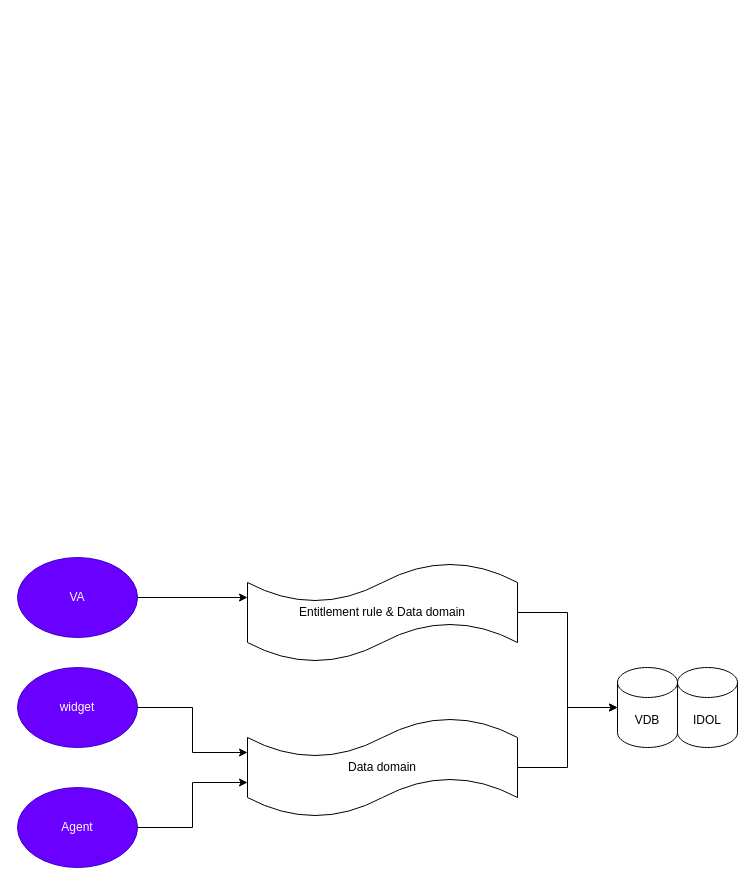
Before: LLM/translate.drawio in Ice-YcY/Diagram, a draw.io diagram. Source tidied: cells renumbered, new cells numbered last; positions are measured from the earlier drawing's top-left corner, leaving out a move shared by most shapes. Both pictures are drawn from the tidied source at 100%, with x=0, y=0 at pixel (17, 557).
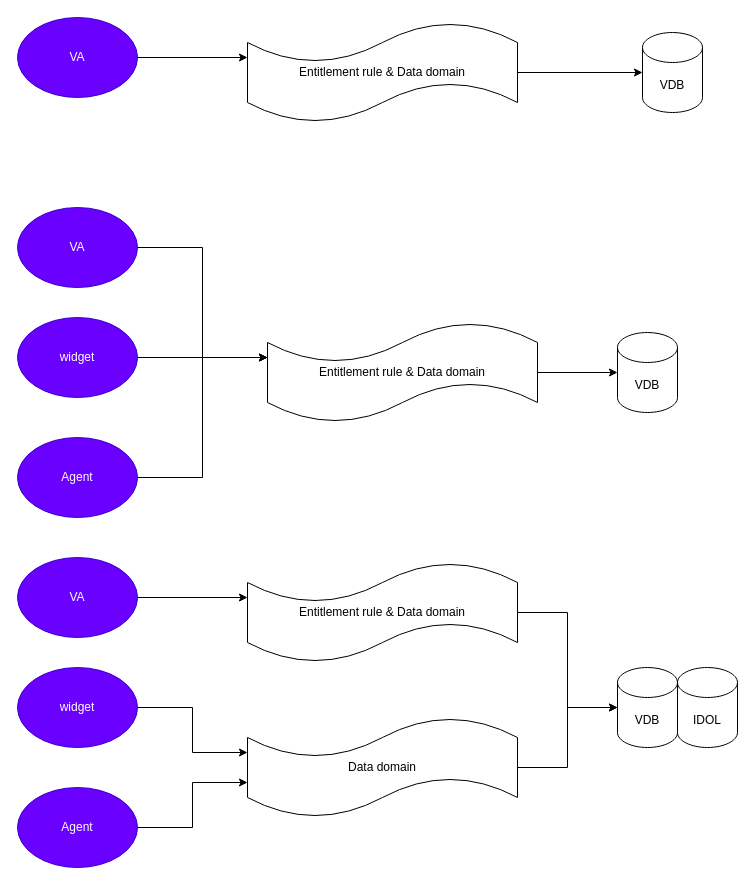
Above is the later version.

What changed in the source:
```diff
@@
+    <mxCell id="14" value="VA" style="ellipse;whiteSpace=wrap;html=1;fillColor=#6a00ff;fontColor=#ffffff;strokeColor=#3700CC;" parent="1" vertex="1">
+      <mxGeometry y="-350" width="120" height="80" as="geometry" />
+    </mxCell>
+    <mxCell id="15" value="widget" style="ellipse;whiteSpace=wrap;html=1;fillColor=#6a00ff;fontColor=#ffffff;strokeColor=#3700CC;" parent="1" vertex="1">
+      <mxGeometry y="-240" width="120" height="80" as="geometry" />
+    </mxCell>
+    <mxCell id="16" value="Agent" style="ellipse;whiteSpace=wrap;html=1;fillColor=#6a00ff;fontColor=#ffffff;strokeColor=#3700CC;" parent="1" vertex="1">
+      <mxGeometry y="-120" width="120" height="80" as="geometry" />
+    </mxCell>
+    <mxCell id="17" value="Entitlement rule &amp;amp; Data domain" style="shape=tape;whiteSpace=wrap;html=1;" parent="1" vertex="1">
+      <mxGeometry x="250" y="-235" width="270" height="100" as="geometry" />
+    </mxCell>
+    <mxCell id="18" value="VDB" style="shape=cylinder3;whiteSpace=wrap;html=1;boundedLbl=1;backgroundOutline=1;size=15;" parent="1" vertex="1">
+      <mxGeometry x="600" y="-225" width="60" height="80" as="geometry" />
+    </mxCell>
+    <mxCell id="19" style="edgeStyle=orthogonalEdgeStyle;rounded=0;jettySize=auto;html=1;exitX=1;exitY=0.5;exitDx=0;exitDy=0;entryX=0;entryY=0.35;entryDx=0;entryDy=0;entryPerimeter=0;" parent="1" edge="1" source="14" target="17">
+      <mxGeometry relative="1" as="geometry" />
+    </mxCell>
+    <mxCell id="20" style="edgeStyle=orthogonalEdgeStyle;rounded=0;jettySize=auto;html=1;exitX=1;exitY=0.5;exitDx=0;exitDy=0;entryX=0;entryY=0.35;entryDx=0;entryDy=0;entryPerimeter=0;" parent="1" edge="1" source="15" target="17">
+      <mxGeometry relative="1" as="geometry" />
+    </mxCell>
+    <mxCell id="21" style="edgeStyle=orthogonalEdgeStyle;rounded=0;jettySize=auto;html=1;exitX=1;exitY=0.5;exitDx=0;exitDy=0;entryX=0;entryY=0.35;entryDx=0;entryDy=0;entryPerimeter=0;" parent="1" edge="1" source="16" target="17">
+      <mxGeometry relative="1" as="geometry" />
+    </mxCell>
+    <mxCell id="22" style="edgeStyle=orthogonalEdgeStyle;rounded=0;jettySize=auto;html=1;exitX=1;exitY=0.5;exitDx=0;exitDy=0;exitPerimeter=0;entryX=0;entryY=0.5;entryDx=0;entryDy=0;entryPerimeter=0;" parent="1" edge="1" source="17" target="18">
+      <mxGeometry relative="1" as="geometry" />
+    </mxCell>
+    <mxCell id="23" value="VA" style="ellipse;whiteSpace=wrap;html=1;fillColor=#6a00ff;fontColor=#ffffff;strokeColor=#3700CC;" parent="1" vertex="1">
+      <mxGeometry y="-540" width="120" height="80" as="geometry" />
+    </mxCell>
+    <mxCell id="24" value="Entitlement rule &amp;amp; Data domain" style="shape=tape;whiteSpace=wrap;html=1;" parent="1" vertex="1">
+      <mxGeometry x="230" y="-535" width="270" height="100" as="geometry" />
+    </mxCell>
+    <mxCell id="25" value="VDB" style="shape=cylinder3;whiteSpace=wrap;html=1;boundedLbl=1;backgroundOutline=1;size=15;" parent="1" vertex="1">
+      <mxGeometry x="625" y="-525" width="60" height="80" as="geometry" />
+    </mxCell>
+    <mxCell id="26" style="edgeStyle=orthogonalEdgeStyle;rounded=0;jettySize=auto;html=1;exitX=1;exitY=0.5;exitDx=0;exitDy=0;entryX=0;entryY=0.35;entryDx=0;entryDy=0;entryPerimeter=0;" parent="1" edge="1" source="23" target="24">
+      <mxGeometry relative="1" as="geometry" />
+    </mxCell>
+    <mxCell id="27" style="edgeStyle=orthogonalEdgeStyle;rounded=0;jettySize=auto;html=1;exitX=1;exitY=0.5;exitDx=0;exitDy=0;exitPerimeter=0;entryX=0;entryY=0.5;entryDx=0;entryDy=0;entryPerimeter=0;" parent="1" edge="1" source="24" target="25">
+      <mxGeometry relative="1" as="geometry" />
+    </mxCell>
```
